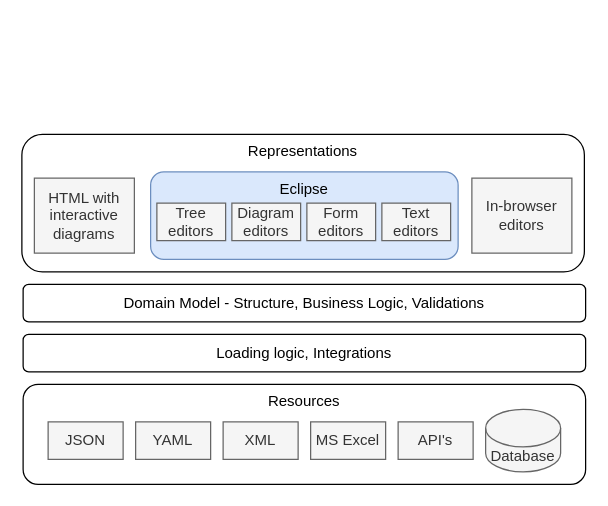
pvlasov/cv keeps this draw.io diagram as docs/mbse.drawio. Above is the earlier version. Source tidied: cells renumbered, new cells numbered last; positions are measured from the earlier drawing's top-left corner, leaving out a move shared by most shapes. Both pictures are drawn from the tidied source at 125%, with x=0, y=0 at pixel (21, 134).
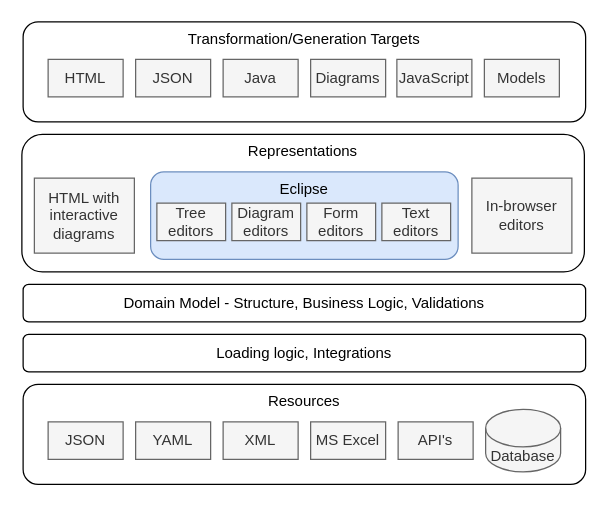
Above is the later version.

Diff of the diagram source:
```diff
@@
+    <mxCell id="19" value="Transformation/Generation Targets" style="rounded=1;whiteSpace=wrap;html=1;verticalAlign=top;" parent="1" vertex="1">
+      <mxGeometry x="1" y="-90" width="450" height="80" as="geometry" />
+    </mxCell>
+    <mxCell id="20" value="HTML" style="rounded=0;whiteSpace=wrap;html=1;fillColor=#f5f5f5;fontColor=#333333;strokeColor=#666666;" parent="1" vertex="1">
+      <mxGeometry x="21" y="-60" width="60" height="30" as="geometry" />
+    </mxCell>
+    <mxCell id="21" value="JSON" style="rounded=0;whiteSpace=wrap;html=1;fillColor=#f5f5f5;fontColor=#333333;strokeColor=#666666;" parent="1" vertex="1">
+      <mxGeometry x="91" y="-60" width="60" height="30" as="geometry" />
+    </mxCell>
+    <mxCell id="22" value="Java" style="rounded=0;whiteSpace=wrap;html=1;fillColor=#f5f5f5;fontColor=#333333;strokeColor=#666666;" parent="1" vertex="1">
+      <mxGeometry x="161" y="-60" width="60" height="30" as="geometry" />
+    </mxCell>
+    <mxCell id="23" value="Diagrams" style="rounded=0;whiteSpace=wrap;html=1;fillColor=#f5f5f5;fontColor=#333333;strokeColor=#666666;" parent="1" vertex="1">
+      <mxGeometry x="231" y="-60" width="60" height="30" as="geometry" />
+    </mxCell>
+    <mxCell id="24" value="Models" style="rounded=0;whiteSpace=wrap;html=1;fillColor=#f5f5f5;fontColor=#333333;strokeColor=#666666;" parent="1" vertex="1">
+      <mxGeometry x="370" y="-60" width="60" height="30" as="geometry" />
+    </mxCell>
+    <mxCell id="25" value="JavaScript" style="rounded=0;whiteSpace=wrap;html=1;fillColor=#f5f5f5;fontColor=#333333;strokeColor=#666666;" parent="1" vertex="1">
+      <mxGeometry x="300" y="-60" width="60" height="30" as="geometry" />
+    </mxCell>
```
